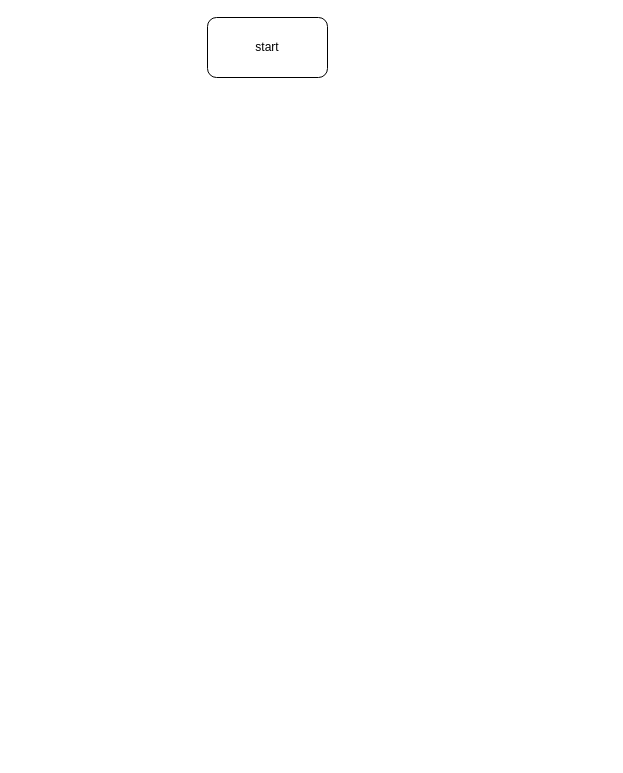
The draw.io diagram algoritm.drawio in Renat123456/ResultHW, before the edit. Source tidied: cells renumbered, new cells numbered last; positions are measured from the earlier drawing's top-left corner, leaving out a move shared by most shapes. Both pictures are drawn from the tidied source at 100%, with x=0, y=0 at pixel (207, 17).
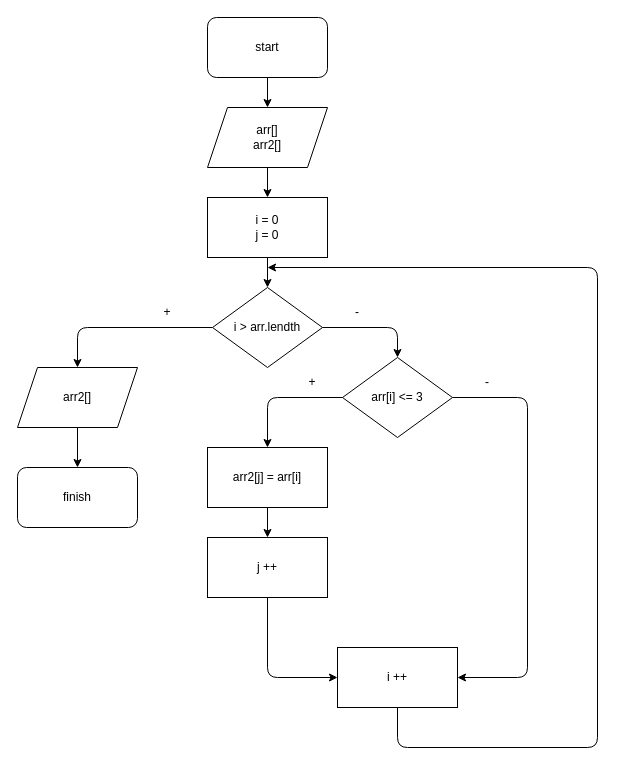
The same page after the edit.

Unchanged cells that the change refers to:
```xml
<mxCell id="2" value="start" style="rounded=1;whiteSpace=wrap;html=1;" parent="1" vertex="1">
  <mxGeometry width="120" height="60" as="geometry" />
</mxCell>
```

Diff of the diagram source:
```diff
@@
+    <mxCell id="3" style="edgeStyle=none;html=1;exitX=0.5;exitY=1;exitDx=0;exitDy=0;entryX=0.5;entryY=0;entryDx=0;entryDy=0;" parent="1" edge="1" source="2" target="5">
+      <mxGeometry relative="1" as="geometry" />
+    </mxCell>
@@
+    <mxCell id="4" style="edgeStyle=none;html=1;" parent="1" edge="1" source="5" target="7">
+      <mxGeometry relative="1" as="geometry" />
+    </mxCell>
+    <mxCell id="5" value="arr[]&lt;br&gt;arr2[]" style="shape=parallelogram;perimeter=parallelogramPerimeter;whiteSpace=wrap;html=1;fixedSize=1;" parent="1" vertex="1">
+      <mxGeometry y="90" width="120" height="60" as="geometry" />
+    </mxCell>
+    <mxCell id="6" style="edgeStyle=none;html=1;" parent="1" edge="1" source="7" target="10">
+      <mxGeometry relative="1" as="geometry" />
+    </mxCell>
+    <mxCell id="7" value="i = 0&lt;br&gt;j = 0" style="rounded=0;whiteSpace=wrap;html=1;" parent="1" vertex="1">
+      <mxGeometry y="180" width="120" height="60" as="geometry" />
+    </mxCell>
+    <mxCell id="8" style="edgeStyle=none;html=1;" parent="1" edge="1" source="10" target="13">
+      <mxGeometry relative="1" as="geometry">
+        <Array as="points">
+          <mxPoint x="190" y="310" />
+        </Array>
+      </mxGeometry>
+    </mxCell>
+    <mxCell id="9" style="edgeStyle=none;html=1;entryX=0.5;entryY=0;entryDx=0;entryDy=0;" parent="1" edge="1" source="10" target="21">
+      <mxGeometry relative="1" as="geometry">
+        <Array as="points">
+          <mxPoint x="-130" y="310" />
+        </Array>
+      </mxGeometry>
+    </mxCell>
+    <mxCell id="10" value="i &amp;gt; arr.lendth" style="rhombus;whiteSpace=wrap;html=1;" parent="1" vertex="1">
+      <mxGeometry x="5" y="270" width="110" height="80" as="geometry" />
+    </mxCell>
+    <mxCell id="11" style="edgeStyle=none;html=1;entryX=0.5;entryY=0;entryDx=0;entryDy=0;" parent="1" edge="1" source="13" target="15">
+      <mxGeometry relative="1" as="geometry">
+        <Array as="points">
+          <mxPoint x="60" y="380" />
+        </Array>
+      </mxGeometry>
+    </mxCell>
+    <mxCell id="12" style="edgeStyle=none;html=1;entryX=1;entryY=0.5;entryDx=0;entryDy=0;" parent="1" edge="1" source="13" target="19">
+      <mxGeometry relative="1" as="geometry">
+        <Array as="points">
+          <mxPoint x="320" y="380" />
+          <mxPoint x="320" y="660" />
+        </Array>
+      </mxGeometry>
+    </mxCell>
+    <mxCell id="13" value="arr[i] &amp;lt;= 3" style="rhombus;whiteSpace=wrap;html=1;" parent="1" vertex="1">
+      <mxGeometry x="135" y="340" width="110" height="80" as="geometry" />
+    </mxCell>
+    <mxCell id="14" style="edgeStyle=none;html=1;" parent="1" edge="1" source="15" target="17">
+      <mxGeometry relative="1" as="geometry" />
+    </mxCell>
+    <mxCell id="15" value="arr2[j] = arr[i]" style="rounded=0;whiteSpace=wrap;html=1;" parent="1" vertex="1">
+      <mxGeometry y="430" width="120" height="60" as="geometry" />
+    </mxCell>
+    <mxCell id="16" style="edgeStyle=none;html=1;entryX=0;entryY=0.5;entryDx=0;entryDy=0;" parent="1" edge="1" source="17" target="19">
+      <mxGeometry relative="1" as="geometry">
+        <Array as="points">
+          <mxPoint x="60" y="660" />
+        </Array>
+      </mxGeometry>
+    </mxCell>
+    <mxCell id="17" value="j ++" style="rounded=0;whiteSpace=wrap;html=1;" parent="1" vertex="1">
+      <mxGeometry y="520" width="120" height="60" as="geometry" />
+    </mxCell>
+    <mxCell id="18" style="edgeStyle=none;html=1;exitX=0.5;exitY=1;exitDx=0;exitDy=0;" parent="1" edge="1" source="19">
+      <mxGeometry relative="1" as="geometry">
+        <mxPoint x="60" y="250" as="targetPoint" />
+        <Array as="points">
+          <mxPoint x="190" y="730" />
+          <mxPoint x="390" y="730" />
+          <mxPoint x="390" y="250" />
+        </Array>
+      </mxGeometry>
+    </mxCell>
+    <mxCell id="19" value="i ++" style="rounded=0;whiteSpace=wrap;html=1;" parent="1" vertex="1">
+      <mxGeometry x="130" y="630" width="120" height="60" as="geometry" />
+    </mxCell>
+    <mxCell id="20" style="edgeStyle=none;html=1;" parent="1" edge="1" source="21" target="22">
+      <mxGeometry relative="1" as="geometry" />
+    </mxCell>
+    <mxCell id="21" value="arr2[]" style="shape=parallelogram;perimeter=parallelogramPerimeter;whiteSpace=wrap;html=1;fixedSize=1;" parent="1" vertex="1">
+      <mxGeometry x="-190" y="350" width="120" height="60" as="geometry" />
+    </mxCell>
+    <mxCell id="22" value="finish" style="rounded=1;whiteSpace=wrap;html=1;" parent="1" vertex="1">
+      <mxGeometry x="-190" y="450" width="120" height="60" as="geometry" />
+    </mxCell>
+    <mxCell id="23" value="+" style="text;html=1;strokeColor=none;fillColor=none;align=center;verticalAlign=middle;whiteSpace=wrap;rounded=0;" parent="1" vertex="1">
+      <mxGeometry x="-70" y="280" width="60" height="30" as="geometry" />
+    </mxCell>
+    <mxCell id="24" value="+" style="text;html=1;strokeColor=none;fillColor=none;align=center;verticalAlign=middle;whiteSpace=wrap;rounded=0;" parent="1" vertex="1">
+      <mxGeometry x="75" y="350" width="60" height="30" as="geometry" />
+    </mxCell>
+    <mxCell id="25" value="-" style="text;html=1;strokeColor=none;fillColor=none;align=center;verticalAlign=middle;whiteSpace=wrap;rounded=0;" parent="1" vertex="1">
+      <mxGeometry x="120" y="280" width="60" height="30" as="geometry" />
+    </mxCell>
+    <mxCell id="26" value="-" style="text;html=1;strokeColor=none;fillColor=none;align=center;verticalAlign=middle;whiteSpace=wrap;rounded=0;" parent="1" vertex="1">
+      <mxGeometry x="250" y="350" width="60" height="30" as="geometry" />
+    </mxCell>
```
